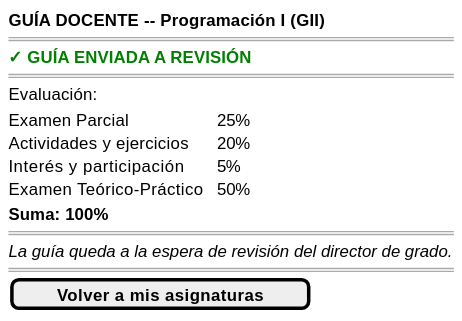
Before: images/RUP/01-requisitos/03-detalle-casos-uso/enviarGuiaARevision/wireframe-exito.svg, a diagram exported from PlantUML (mmasias/pyCeldaPublico). The source it was exported from:
```plantuml
@startsalt enviarGuiaARevision-wireframe-exito
{
    <b>GUÍA DOCENTE -- Programación I (GII)</b>
    ====
    <color:green><b>✓ GUÍA ENVIADA A REVISIÓN</b></color>
    ====
    Evaluación:
    {T
        Examen Parcial | 25%
        Actividades y ejercicios | 20%
        Interés y participación | 5%
        Examen Teórico-Práctico | 50%
    }
    <b>Suma: 100%</b>
    ====
    <i>La guía queda a la espera de revisión del director de grado.</i>
    ====
    [ <b>Volver a mis asignaturas</b> ]
}
@endsalt
```
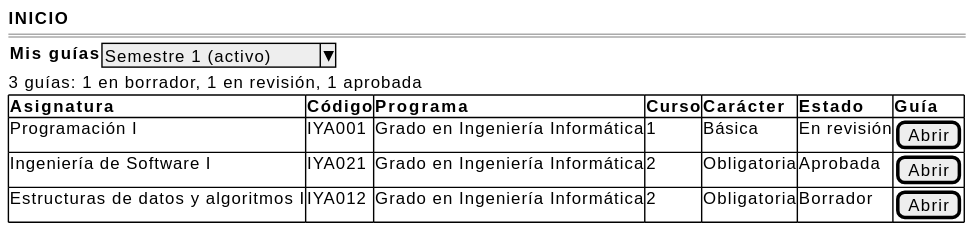
The same diagram one commit later.

The edit, as a diff of the source:
```diff
@@ -1,20 +1,14 @@
 @startsalt enviarGuiaARevision-wireframe-exito
 {
-    <b>GUÍA DOCENTE -- Programación I (GII)</b>
+    <b>INICIO</b>
     ====
-    <color:green><b>✓ GUÍA ENVIADA A REVISIÓN</b></color>
-    ====
-    Evaluación:
-    {T
-        Examen Parcial | 25%
-        Actividades y ejercicios | 20%
-        Interés y participación | 5%
-        Examen Teórico-Práctico | 50%
+    {<b>Mis guías</b> | ^Semestre 1 (activo)^}
+    3 guías: 1 en borrador, 1 en revisión, 1 aprobada
+    {#
+    <b>Asignatura | <b>Código | <b>Programa | <b>Curso | <b>Carácter | <b>Estado | <b>Guía
+    Programación I | IYA001 | Grado en Ingeniería Informática | 1 | Básica | En revisión | [Abrir]
+    Ingeniería de Software I | IYA021 | Grado en Ingeniería Informática | 2 | Obligatoria | Aprobada | [Abrir]
+    Estructuras de datos y algoritmos I | IYA012 | Grado en Ingeniería Informática | 2 | Obligatoria | Borrador | [Abrir]
     }
-    <b>Suma: 100%</b>
-    ====
-    <i>La guía queda a la espera de revisión del director de grado.</i>
-    ====
-    [ <b>Volver a mis asignaturas</b> ]
 }
 @endsalt
```
